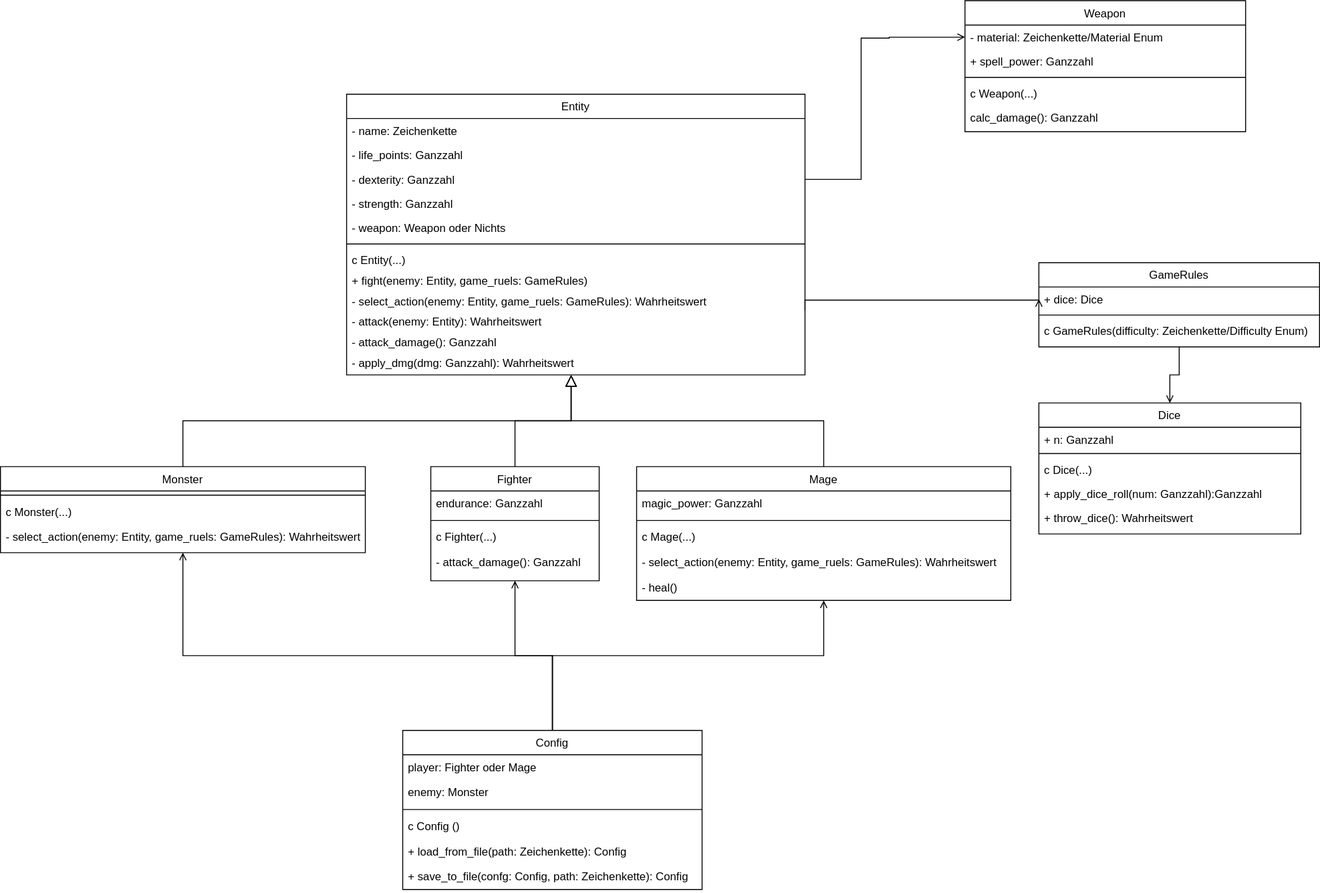
nwrenger/simple-fantasy-game keeps this draw.io diagram as Simple Fantasy Game.drawio.svg. Above is the earlier version. Source tidied: cells renumbered, new cells last; positions are measured from the earlier drawing's top-left corner, leaving out a move shared by most shapes. The source it was exported from:
```xml
<mxGraphModel>
  <root>
    <mxCell id="0" />
    <mxCell id="1" parent="0" />
    <mxCell id="2" value="Entity" style="swimlane;fontStyle=0;align=center;verticalAlign=top;horizontal=1;startSize=26;rounded=0;shadow=0;strokeWidth=1;" parent="1" vertex="1">
      <mxGeometry x="370" y="100" width="490" height="300" as="geometry" />
    </mxCell>
    <mxCell id="3" value="- name: Zeichenkette" style="text;align=left;verticalAlign=top;spacingLeft=4;spacingRight=4;overflow=hidden;" parent="2" vertex="1">
      <mxGeometry y="26" width="490" height="26" as="geometry" />
    </mxCell>
    <mxCell id="4" value="- life_points: Ganzzahl" style="text;align=left;verticalAlign=top;spacingLeft=4;spacingRight=4;overflow=hidden;rounded=0;shadow=0;html=0;" parent="2" vertex="1">
      <mxGeometry y="52" width="490" height="26" as="geometry" />
    </mxCell>
    <mxCell id="5" value="- dexterity: Ganzzahl" style="text;align=left;verticalAlign=top;spacingLeft=4;spacingRight=4;overflow=hidden;points=[[0,0.5],[1,0.5]];portConstraint=eastwest;rounded=0;shadow=0;html=0;" parent="2" vertex="1">
      <mxGeometry y="78" width="490" height="26" as="geometry" />
    </mxCell>
    <mxCell id="6" value="- strength: Ganzzahl" style="text;align=left;verticalAlign=top;spacingLeft=4;spacingRight=4;overflow=hidden;rounded=0;shadow=0;html=0;" parent="2" vertex="1">
      <mxGeometry y="104" width="490" height="26" as="geometry" />
    </mxCell>
    <mxCell id="7" value="- weapon: Weapon oder Nichts" style="text;align=left;verticalAlign=top;spacingLeft=4;spacingRight=4;overflow=hidden;rounded=0;shadow=0;html=0;" parent="2" vertex="1">
      <mxGeometry y="130" width="490" height="26" as="geometry" />
    </mxCell>
    <mxCell id="8" style="line;html=1;strokeWidth=1;align=left;verticalAlign=middle;spacingTop=-1;spacingLeft=3;spacingRight=3;labelPosition=right;" parent="2" vertex="1">
      <mxGeometry y="156" width="490" height="8" as="geometry" />
    </mxCell>
    <mxCell id="9" value="c Entity(...)" style="text;align=left;verticalAlign=top;spacingLeft=4;spacingRight=4;overflow=hidden;" parent="2" vertex="1">
      <mxGeometry y="164" width="490" height="22" as="geometry" />
    </mxCell>
    <mxCell id="10" value="+ fight(enemy: Entity, game_ruels: GameRules)" style="text;align=left;verticalAlign=top;spacingLeft=4;spacingRight=4;overflow=hidden;" parent="2" vertex="1">
      <mxGeometry y="186" width="490" height="22" as="geometry" />
    </mxCell>
    <mxCell id="11" value="- select_action(enemy: Entity, game_ruels: GameRules): Wahrheitswert" style="text;align=left;verticalAlign=top;spacingLeft=4;spacingRight=4;overflow=hidden;" parent="2" vertex="1">
      <mxGeometry y="208" width="490" height="22" as="geometry" />
    </mxCell>
    <mxCell id="12" value="- attack(enemy: Entity): Wahrheitswert" style="text;align=left;verticalAlign=top;spacingLeft=4;spacingRight=4;overflow=hidden;" parent="2" vertex="1">
      <mxGeometry y="230" width="490" height="22" as="geometry" />
    </mxCell>
    <mxCell id="13" value="- attack_damage(): Ganzzahl" style="text;align=left;verticalAlign=top;spacingLeft=4;spacingRight=4;overflow=hidden;" parent="2" vertex="1">
      <mxGeometry y="252" width="490" height="22" as="geometry" />
    </mxCell>
    <mxCell id="14" value="- apply_dmg(dmg: Ganzzahl): Wahrheitswert" style="text;align=left;verticalAlign=top;spacingLeft=4;spacingRight=4;overflow=hidden;" parent="2" vertex="1">
      <mxGeometry y="274" width="490" height="22" as="geometry" />
    </mxCell>
    <mxCell id="15" style="endArrow=block;endSize=10;endFill=0;shadow=0;strokeWidth=1;rounded=0;curved=0;edgeStyle=elbowEdgeStyle;elbow=vertical;exitX=0.5;exitY=0;exitDx=0;exitDy=0;" parent="1" edge="1" source="37">
      <mxGeometry relative="1" as="geometry">
        <mxPoint x="610" y="400" as="targetPoint" />
      </mxGeometry>
    </mxCell>
    <mxCell id="16" style="edgeStyle=orthogonalEdgeStyle;rounded=0;jettySize=auto;html=1;endArrow=open;endFill=0;" parent="1" edge="1" source="56" target="17">
      <mxGeometry relative="1" as="geometry">
        <Array as="points">
          <mxPoint x="590" y="700" />
          <mxPoint x="880" y="700" />
        </Array>
      </mxGeometry>
    </mxCell>
    <mxCell id="17" value="Mage" style="swimlane;fontStyle=0;align=center;verticalAlign=top;horizontal=1;startSize=26;rounded=0;shadow=0;strokeWidth=1;" parent="1" vertex="1">
      <mxGeometry x="680" y="498" width="400" height="143" as="geometry" />
    </mxCell>
    <mxCell id="18" value="magic_power: Ganzzahl" style="text;align=left;verticalAlign=top;spacingLeft=4;spacingRight=4;overflow=hidden;" parent="17" vertex="1">
      <mxGeometry y="26" width="400" height="27" as="geometry" />
    </mxCell>
    <mxCell id="19" style="line;html=1;strokeWidth=1;align=left;verticalAlign=middle;spacingTop=-1;spacingLeft=3;spacingRight=3;labelPosition=right;" parent="17" vertex="1">
      <mxGeometry y="53" width="400" height="9" as="geometry" />
    </mxCell>
    <mxCell id="20" value="c Mage(...)" style="text;align=left;verticalAlign=top;spacingLeft=4;spacingRight=4;overflow=hidden;" parent="17" vertex="1">
      <mxGeometry y="62" width="400" height="27" as="geometry" />
    </mxCell>
    <mxCell id="21" value="- select_action(enemy: Entity, game_ruels: GameRules): Wahrheitswert" style="text;align=left;verticalAlign=top;spacingLeft=4;spacingRight=4;overflow=hidden;" parent="17" vertex="1">
      <mxGeometry y="89" width="400" height="27" as="geometry" />
    </mxCell>
    <mxCell id="22" value="- heal()" style="text;align=left;verticalAlign=top;spacingLeft=4;spacingRight=4;overflow=hidden;" parent="17" vertex="1">
      <mxGeometry y="116" width="400" height="27" as="geometry" />
    </mxCell>
    <mxCell id="23" style="endArrow=block;endSize=10;endFill=0;shadow=0;strokeWidth=1;rounded=0;curved=0;edgeStyle=elbowEdgeStyle;elbow=vertical;exitX=0.5;exitY=0;exitDx=0;exitDy=0;" parent="1" edge="1" source="17">
      <mxGeometry relative="1" as="geometry">
        <mxPoint x="610" y="400" as="targetPoint" />
      </mxGeometry>
    </mxCell>
    <mxCell id="24" style="edgeStyle=orthogonalEdgeStyle;rounded=0;jettySize=auto;html=1;endArrow=open;endFill=0;entryX=0.5;entryY=0;entryDx=0;entryDy=0;" parent="1" edge="1" source="25" target="31">
      <mxGeometry relative="1" as="geometry" />
    </mxCell>
    <mxCell id="25" value="GameRules" style="swimlane;fontStyle=0;align=center;verticalAlign=top;horizontal=1;startSize=26;rounded=0;shadow=0;strokeWidth=1;" parent="1" vertex="1">
      <mxGeometry x="1110" y="280" width="300" height="90" as="geometry" />
    </mxCell>
    <mxCell id="26" value="+ dice: Dice" style="text;align=left;verticalAlign=top;spacingLeft=4;spacingRight=4;overflow=hidden;points=[[0,0.5],[1,0.5]];portConstraint=eastwest;" parent="25" vertex="1">
      <mxGeometry y="26" width="300" height="26" as="geometry" />
    </mxCell>
    <mxCell id="27" style="line;html=1;strokeWidth=1;align=left;verticalAlign=middle;spacingTop=-1;spacingLeft=3;spacingRight=3;labelPosition=right;" parent="25" vertex="1">
      <mxGeometry y="52" width="300" height="8" as="geometry" />
    </mxCell>
    <mxCell id="28" value="c GameRules(difficulty: Zeichenkette/Difficulty Enum)" style="text;align=left;verticalAlign=top;spacingLeft=4;spacingRight=4;overflow=hidden;" parent="25" vertex="1">
      <mxGeometry y="60" width="300" height="26" as="geometry" />
    </mxCell>
    <mxCell id="29" style="endArrow=open;shadow=0;strokeWidth=1;rounded=0;curved=0;endFill=1;edgeStyle=elbowEdgeStyle;elbow=vertical;entryX=0;entryY=0.5;entryDx=0;entryDy=0;" parent="1" edge="1" target="26">
      <mxGeometry x="0.5" y="41" relative="1" as="geometry">
        <mxPoint x="860" y="331" as="sourcePoint" />
        <Array as="points">
          <mxPoint x="1100" y="320" />
        </Array>
        <mxPoint x="-40" y="32" as="offset" />
      </mxGeometry>
    </mxCell>
    <mxCell id="30" style="align=left;verticalAlign=bottom;labelBackgroundColor=none;fontSize=12;" parent="29" vertex="1">
      <mxGeometry x="-1" relative="1" as="geometry">
        <mxPoint y="4" as="offset" />
      </mxGeometry>
    </mxCell>
    <mxCell id="31" value="Dice" style="swimlane;fontStyle=0;align=center;verticalAlign=top;horizontal=1;startSize=26;rounded=0;shadow=0;strokeWidth=1;" parent="1" vertex="1">
      <mxGeometry x="1110" y="430" width="280" height="140" as="geometry" />
    </mxCell>
    <mxCell id="32" value="+ n: Ganzzahl" style="text;align=left;verticalAlign=top;spacingLeft=4;spacingRight=4;overflow=hidden;" parent="31" vertex="1">
      <mxGeometry y="26" width="280" height="24" as="geometry" />
    </mxCell>
    <mxCell id="33" style="line;html=1;strokeWidth=1;align=left;verticalAlign=middle;spacingTop=-1;spacingLeft=3;spacingRight=3;labelPosition=right;" parent="31" vertex="1">
      <mxGeometry y="50" width="280" height="8" as="geometry" />
    </mxCell>
    <mxCell id="34" value="c Dice(...)" style="text;align=left;verticalAlign=top;spacingLeft=4;spacingRight=4;overflow=hidden;" parent="31" vertex="1">
      <mxGeometry y="58" width="280" height="26" as="geometry" />
    </mxCell>
    <mxCell id="35" value="+ apply_dice_roll(num: Ganzzahl):Ganzzahl" style="text;align=left;verticalAlign=top;spacingLeft=4;spacingRight=4;overflow=hidden;" parent="31" vertex="1">
      <mxGeometry y="84" width="280" height="26" as="geometry" />
    </mxCell>
    <mxCell id="36" value="+ throw_dice(): Wahrheitswert" style="text;align=left;verticalAlign=top;spacingLeft=4;spacingRight=4;overflow=hidden;" parent="31" vertex="1">
      <mxGeometry y="110" width="280" height="26" as="geometry" />
    </mxCell>
    <mxCell id="37" value="Fighter" style="swimlane;fontStyle=0;align=center;verticalAlign=top;horizontal=1;startSize=26;rounded=0;shadow=0;strokeWidth=1;" parent="1" vertex="1">
      <mxGeometry x="460" y="498" width="180" height="122" as="geometry" />
    </mxCell>
    <mxCell id="38" value="endurance: Ganzzahl" style="text;align=left;verticalAlign=top;spacingLeft=4;spacingRight=4;overflow=hidden;" parent="37" vertex="1">
      <mxGeometry y="26" width="180" height="27" as="geometry" />
    </mxCell>
    <mxCell id="39" style="line;html=1;strokeWidth=1;align=left;verticalAlign=middle;spacingTop=-1;spacingLeft=3;spacingRight=3;labelPosition=right;" parent="37" vertex="1">
      <mxGeometry y="53" width="180" height="9" as="geometry" />
    </mxCell>
    <mxCell id="40" value="c Fighter(...)" style="text;align=left;verticalAlign=top;spacingLeft=4;spacingRight=4;overflow=hidden;" parent="37" vertex="1">
      <mxGeometry y="62" width="180" height="27" as="geometry" />
    </mxCell>
    <mxCell id="41" value="- attack_damage(): Ganzzahl" style="text;align=left;verticalAlign=top;spacingLeft=4;spacingRight=4;overflow=hidden;" parent="37" vertex="1">
      <mxGeometry y="89" width="180" height="27" as="geometry" />
    </mxCell>
    <mxCell id="42" style="edgeStyle=orthogonalEdgeStyle;rounded=0;jettySize=auto;html=1;exitX=0.5;exitY=0;exitDx=0;exitDy=0;endArrow=open;endFill=0;entryX=0.5;entryY=0;entryDx=0;entryDy=0;" parent="1" edge="1" source="56">
      <mxGeometry relative="1" as="geometry">
        <mxPoint x="195" y="590" as="targetPoint" />
        <Array as="points">
          <mxPoint x="590" y="700" />
          <mxPoint x="195" y="700" />
        </Array>
      </mxGeometry>
    </mxCell>
    <mxCell id="43" value="Monster" style="swimlane;fontStyle=0;align=center;verticalAlign=top;horizontal=1;startSize=26;rounded=0;shadow=0;strokeWidth=1;" parent="1" vertex="1">
      <mxGeometry y="498" width="390" height="92" as="geometry" />
    </mxCell>
    <mxCell id="44" style="line;html=1;strokeWidth=1;align=left;verticalAlign=middle;spacingTop=-1;spacingLeft=3;spacingRight=3;labelPosition=right;" parent="43" vertex="1">
      <mxGeometry y="26" width="390" height="9" as="geometry" />
    </mxCell>
    <mxCell id="45" value="c Monster(...)" style="text;align=left;verticalAlign=top;spacingLeft=4;spacingRight=4;overflow=hidden;" parent="43" vertex="1">
      <mxGeometry y="35" width="390" height="27" as="geometry" />
    </mxCell>
    <mxCell id="46" value="- select_action(enemy: Entity, game_ruels: GameRules): Wahrheitswert" style="text;align=left;verticalAlign=top;spacingLeft=4;spacingRight=4;overflow=hidden;" parent="43" vertex="1">
      <mxGeometry y="62" width="390" height="27" as="geometry" />
    </mxCell>
    <mxCell id="47" style="endArrow=block;endSize=10;endFill=0;shadow=0;strokeWidth=1;rounded=0;curved=0;edgeStyle=elbowEdgeStyle;elbow=vertical;exitX=0.5;exitY=0;exitDx=0;exitDy=0;" parent="1" edge="1" source="43">
      <mxGeometry relative="1" as="geometry">
        <mxPoint x="610" y="400" as="targetPoint" />
      </mxGeometry>
    </mxCell>
    <mxCell id="48" value="Weapon" style="swimlane;fontStyle=0;align=center;verticalAlign=top;horizontal=1;startSize=26;rounded=0;shadow=0;strokeWidth=1;" parent="1" vertex="1">
      <mxGeometry x="1031" width="300" height="140" as="geometry" />
    </mxCell>
    <mxCell id="49" value="- material: Zeichenkette/Material Enum" style="text;align=left;verticalAlign=top;spacingLeft=4;spacingRight=4;overflow=hidden;points=[[0,0.5],[1,0.5]];portConstraint=eastwest;" parent="48" vertex="1">
      <mxGeometry y="26" width="300" height="26" as="geometry" />
    </mxCell>
    <mxCell id="50" value="+ spell_power: Ganzzahl" style="text;align=left;verticalAlign=top;spacingLeft=4;spacingRight=4;overflow=hidden;" parent="48" vertex="1">
      <mxGeometry y="52" width="300" height="26" as="geometry" />
    </mxCell>
    <mxCell id="51" style="line;html=1;strokeWidth=1;align=left;verticalAlign=middle;spacingTop=-1;spacingLeft=3;spacingRight=3;labelPosition=right;" parent="48" vertex="1">
      <mxGeometry y="78" width="300" height="8" as="geometry" />
    </mxCell>
    <mxCell id="52" value="c Weapon(...)" style="text;align=left;verticalAlign=top;spacingLeft=4;spacingRight=4;overflow=hidden;" parent="48" vertex="1">
      <mxGeometry y="86" width="300" height="26" as="geometry" />
    </mxCell>
    <mxCell id="53" value="calc_damage(): Ganzzahl" style="text;align=left;verticalAlign=top;spacingLeft=4;spacingRight=4;overflow=hidden;" parent="48" vertex="1">
      <mxGeometry y="112" width="300" height="26" as="geometry" />
    </mxCell>
    <mxCell id="54" style="edgeStyle=orthogonalEdgeStyle;rounded=0;jettySize=auto;html=1;exitX=1;exitY=0.5;exitDx=0;exitDy=0;entryX=0;entryY=0.5;entryDx=0;entryDy=0;endArrow=open;endFill=0;" parent="1" edge="1" source="5" target="49">
      <mxGeometry relative="1" as="geometry">
        <Array as="points">
          <mxPoint x="920" y="191" />
          <mxPoint x="920" y="40" />
          <mxPoint x="950" y="40" />
        </Array>
      </mxGeometry>
    </mxCell>
    <mxCell id="55" style="edgeStyle=orthogonalEdgeStyle;rounded=0;jettySize=auto;html=1;exitX=0.5;exitY=0;exitDx=0;exitDy=0;entryX=0.5;entryY=1;entryDx=0;entryDy=0;endArrow=open;endFill=0;" parent="1" edge="1" source="56" target="37">
      <mxGeometry relative="1" as="geometry" />
    </mxCell>
    <mxCell id="56" value="Config" style="swimlane;fontStyle=0;align=center;verticalAlign=top;horizontal=1;startSize=26;rounded=0;shadow=0;strokeWidth=1;" parent="1" vertex="1">
      <mxGeometry x="430" y="780" width="320" height="170" as="geometry" />
    </mxCell>
    <mxCell id="57" value="player: Fighter oder Mage" style="text;align=left;verticalAlign=top;spacingLeft=4;spacingRight=4;overflow=hidden;" parent="56" vertex="1">
      <mxGeometry y="26" width="320" height="27" as="geometry" />
    </mxCell>
    <mxCell id="58" value="enemy: Monster" style="text;align=left;verticalAlign=top;spacingLeft=4;spacingRight=4;overflow=hidden;" parent="56" vertex="1">
      <mxGeometry y="53" width="320" height="27" as="geometry" />
    </mxCell>
    <mxCell id="59" style="line;html=1;strokeWidth=1;align=left;verticalAlign=middle;spacingTop=-1;spacingLeft=3;spacingRight=3;labelPosition=right;" parent="56" vertex="1">
      <mxGeometry y="80" width="320" height="9" as="geometry" />
    </mxCell>
    <mxCell id="60" value="c Config ()" style="text;align=left;verticalAlign=top;spacingLeft=4;spacingRight=4;overflow=hidden;" parent="56" vertex="1">
      <mxGeometry y="89" width="320" height="27" as="geometry" />
    </mxCell>
    <mxCell id="61" value="+ load_from_file(path: Zeichenkette): Config" style="text;align=left;verticalAlign=top;spacingLeft=4;spacingRight=4;overflow=hidden;" parent="56" vertex="1">
      <mxGeometry y="116" width="320" height="27" as="geometry" />
    </mxCell>
    <mxCell id="62" value="+ save_to_file(confg: Config, path: Zeichenkette): Config" style="text;align=left;verticalAlign=top;spacingLeft=4;spacingRight=4;overflow=hidden;" parent="56" vertex="1">
      <mxGeometry y="143" width="320" height="27" as="geometry" />
    </mxCell>
  </root>
</mxGraphModel>
```
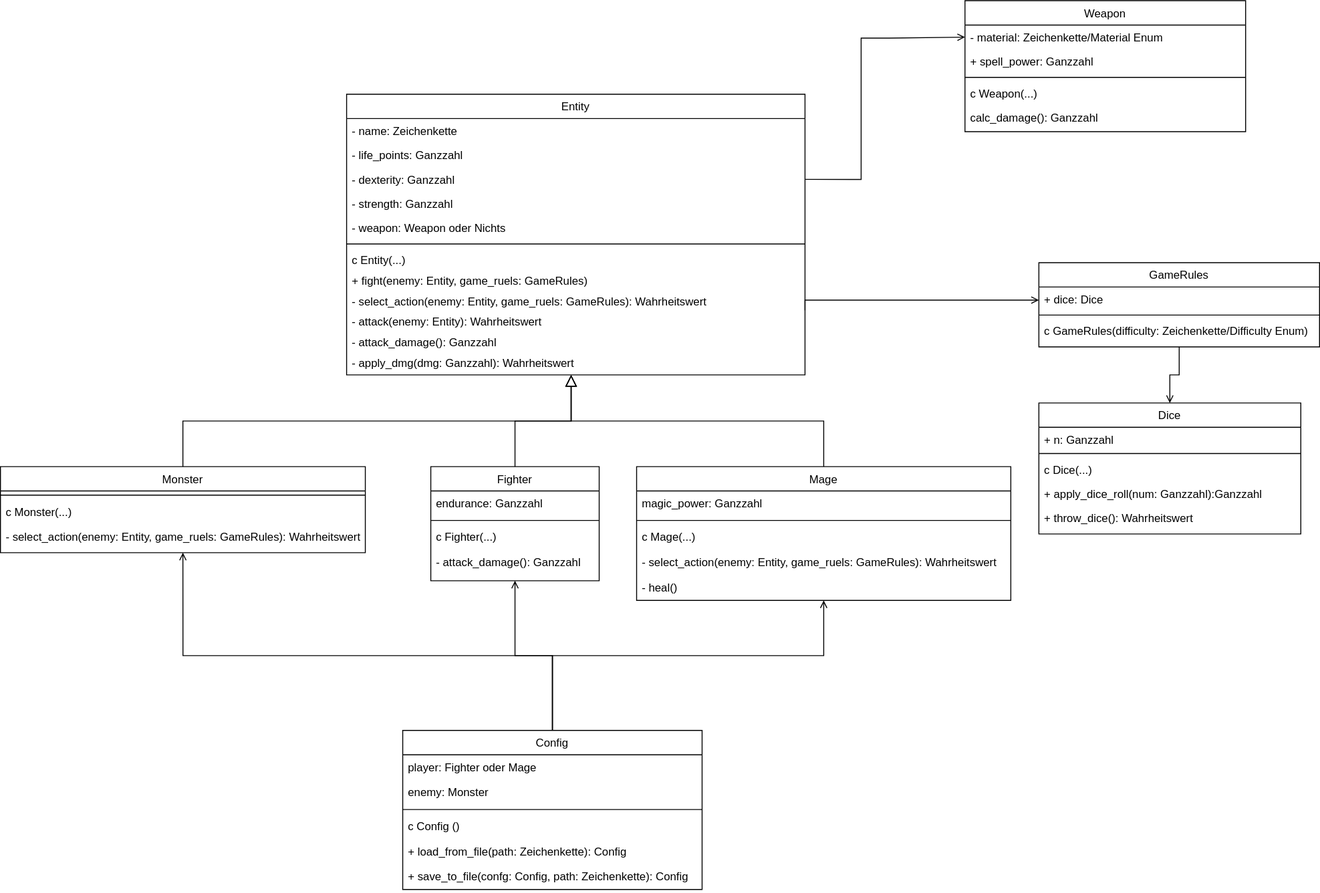
After the change.

Commit message:
:bug: Fixed wrong arrow direction

Diff of the diagram source:
```diff
@@ -92,7 +92,7 @@
     <mxCell id="28" value="c GameRules(difficulty: Zeichenkette/Difficulty Enum)" style="text;align=left;verticalAlign=top;spacingLeft=4;spacingRight=4;overflow=hidden;" parent="25" vertex="1">
       <mxGeometry y="60" width="300" height="26" as="geometry" />
     </mxCell>
-    <mxCell id="29" style="endArrow=open;shadow=0;strokeWidth=1;rounded=0;curved=0;endFill=1;edgeStyle=elbowEdgeStyle;elbow=vertical;entryX=0;entryY=0.5;entryDx=0;entryDy=0;" parent="1" edge="1" target="26">
+    <mxCell id="29" style="endArrow=open;shadow=0;strokeWidth=1;rounded=0;curved=0;endFill=1;edgeStyle=elbowEdgeStyle;elbow=vertical;entryX=0;entryY=0.538;entryDx=0;entryDy=0;entryPerimeter=0;" parent="1" edge="1" target="26">
       <mxGeometry x="0.5" y="41" relative="1" as="geometry">
         <mxPoint x="860" y="331" as="sourcePoint" />
         <Array as="points">
```
